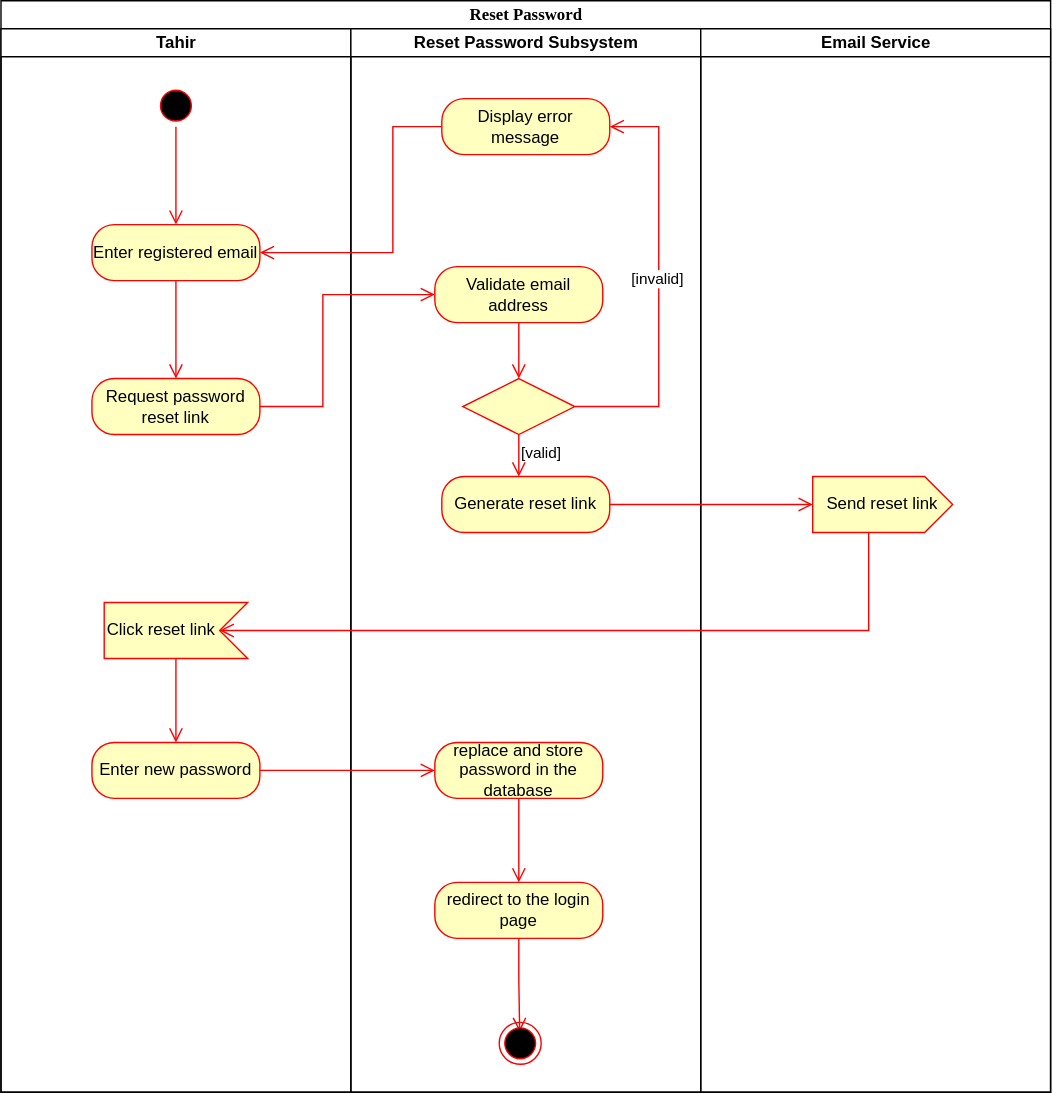
Simamkele88/IFM3_GP keeps this draw.io diagram as Reset password Activity Diagram.svg. Above is the earlier version. Source tidied: cells renumbered, new cells last; positions are measured from the earlier drawing's top-left corner, leaving out a move shared by most shapes.
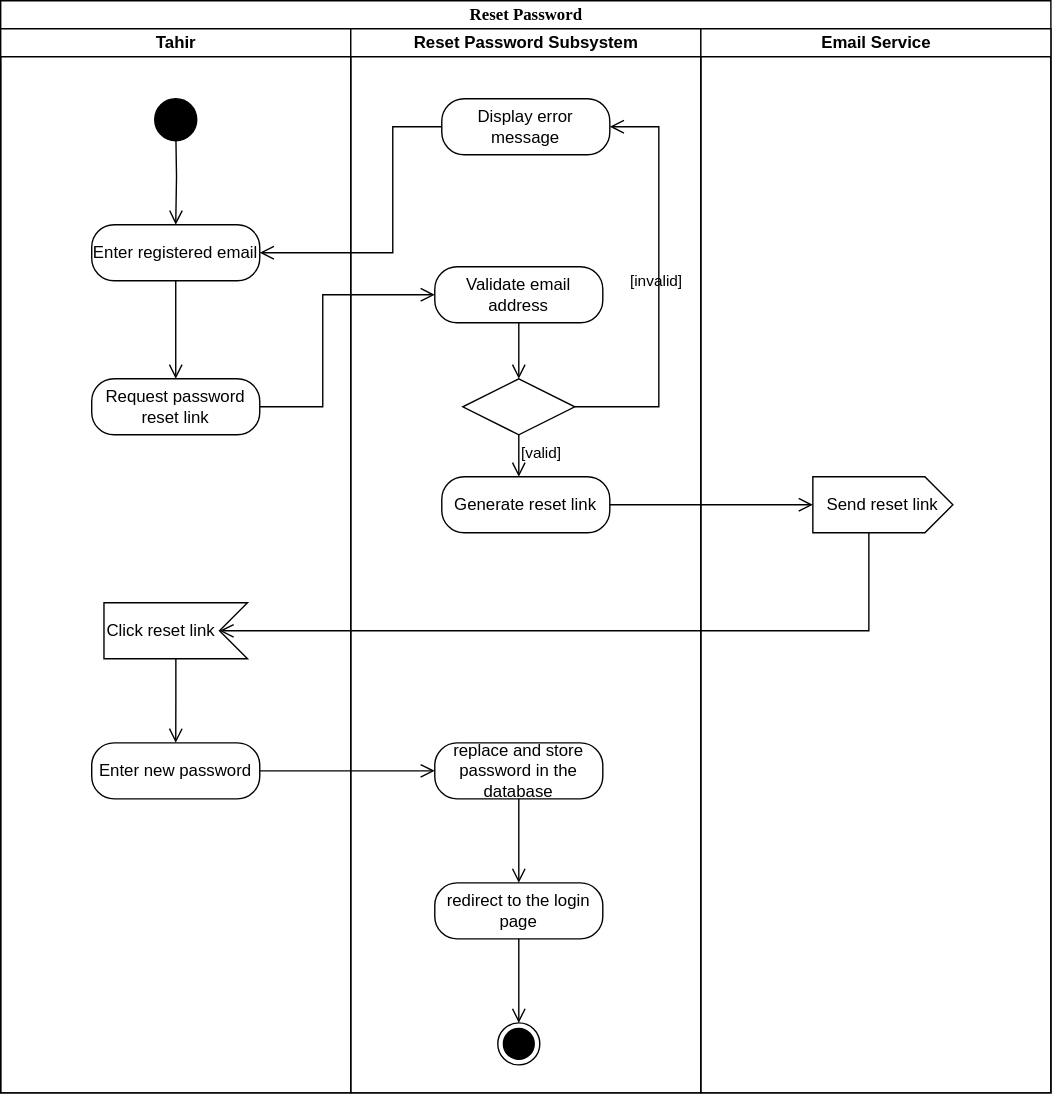
The same diagram one commit later.

The edit, as a diff of the source:
```diff
@@ -5,72 +5,71 @@
     <mxCell id="2" value="Reset Password" style="swimlane;html=1;startSize=20;rounded=0;shadow=0;comic=0;labelBackgroundColor=none;strokeWidth=1;fontFamily=Verdana;fontSize=12;align=center;" parent="1" vertex="1">
       <mxGeometry width="750" height="780" as="geometry" />
     </mxCell>
-    <mxCell id="3" value="Tahir" style="swimlane;html=1;startSize=20;" parent="2" vertex="1">
+    <mxCell id="3" value="Tahir" style="swimlane;html=1;startSize=20;labelBackgroundColor=none;" parent="2" vertex="1">
       <mxGeometry y="20" width="250" height="760" as="geometry" />
     </mxCell>
-    <mxCell id="4" style="ellipse;html=1;shape=startState;fillColor=#000000;strokeColor=#ff0000;" parent="3" vertex="1">
-      <mxGeometry x="110" y="40" width="30" height="30" as="geometry" />
-    </mxCell>
-    <mxCell id="5" style="edgeStyle=orthogonalEdgeStyle;html=1;verticalAlign=bottom;endArrow=open;endSize=8;strokeColor=#ff0000;rounded=0;entryX=0.5;entryY=0;entryDx=0;entryDy=0;" parent="3" edge="1" source="4" target="6">
-      <mxGeometry relative="1" as="geometry" />
+    <mxCell id="5" style="edgeStyle=orthogonalEdgeStyle;html=1;verticalAlign=bottom;endArrow=open;endSize=8;rounded=0;entryX=0.5;entryY=0;entryDx=0;entryDy=0;labelBackgroundColor=none;fontColor=default;" parent="3" edge="1" target="6">
+      <mxGeometry relative="1" as="geometry">
+        <mxPoint x="125" y="70" as="sourcePoint" />
+      </mxGeometry>
     </mxCell>
-    <mxCell id="6" value="Enter registered email" style="rounded=1;whiteSpace=wrap;html=1;arcSize=40;fontColor=#000000;fillColor=#ffffc0;strokeColor=#ff0000;" parent="3" vertex="1">
+    <mxCell id="6" value="Enter registered email" style="rounded=1;whiteSpace=wrap;html=1;arcSize=40;labelBackgroundColor=none;" parent="3" vertex="1">
       <mxGeometry x="65" y="140" width="120" height="40" as="geometry" />
     </mxCell>
-    <mxCell id="7" style="edgeStyle=orthogonalEdgeStyle;html=1;verticalAlign=bottom;endArrow=open;endSize=8;strokeColor=#ff0000;rounded=0;" parent="3" edge="1" source="6" target="8">
+    <mxCell id="7" style="edgeStyle=orthogonalEdgeStyle;html=1;verticalAlign=bottom;endArrow=open;endSize=8;rounded=0;labelBackgroundColor=none;fontColor=default;" parent="3" edge="1" source="6" target="8">
       <mxGeometry relative="1" as="geometry" />
     </mxCell>
-    <mxCell id="8" value="Request password reset link" style="rounded=1;whiteSpace=wrap;html=1;arcSize=40;fontColor=#000000;fillColor=#ffffc0;strokeColor=#ff0000;" parent="3" vertex="1">
+    <mxCell id="8" value="Request password reset link" style="rounded=1;whiteSpace=wrap;html=1;arcSize=40;labelBackgroundColor=none;" parent="3" vertex="1">
       <mxGeometry x="65" y="250" width="120" height="40" as="geometry" />
     </mxCell>
-    <mxCell id="9" style="edgeStyle=orthogonalEdgeStyle;html=1;verticalAlign=bottom;endArrow=open;endSize=8;strokeColor=#ff0000;rounded=0;" parent="3" edge="1" source="11" target="10">
+    <mxCell id="9" style="edgeStyle=orthogonalEdgeStyle;html=1;verticalAlign=bottom;endArrow=open;endSize=8;rounded=0;labelBackgroundColor=none;fontColor=default;" parent="3" edge="1" source="11" target="10">
       <mxGeometry relative="1" as="geometry" />
     </mxCell>
-    <mxCell id="10" value="Enter new password" style="rounded=1;whiteSpace=wrap;html=1;arcSize=40;fontColor=#000000;fillColor=#ffffc0;strokeColor=#ff0000;" parent="3" vertex="1">
+    <mxCell id="10" value="Enter new password" style="rounded=1;whiteSpace=wrap;html=1;arcSize=40;labelBackgroundColor=none;" parent="3" vertex="1">
       <mxGeometry x="65" y="510" width="120" height="40" as="geometry" />
     </mxCell>
-    <mxCell id="11" value="Click reset link" style="html=1;shape=mxgraph.infographic.ribbonSimple;notch1=20;notch2=0;align=left;verticalAlign=middle;fontSize=12;fontStyle=0;flipH=1;fillColor=#ffffc0;whiteSpace=wrap;rounded=1;strokeColor=#ff0000;arcSize=40;fontFamily=Helvetica;fontColor=#000000;" parent="3" vertex="1">
+    <mxCell id="11" value="Click reset link" style="html=1;shape=mxgraph.infographic.ribbonSimple;notch1=20;notch2=0;align=left;verticalAlign=middle;fontSize=12;fontStyle=0;flipH=1;whiteSpace=wrap;rounded=1;arcSize=40;fontFamily=Helvetica;labelBackgroundColor=none;" parent="3" vertex="1">
       <mxGeometry x="73.8" y="410" width="102.5" height="40" as="geometry" />
     </mxCell>
+    <mxCell id="33" style="ellipse;fillColor=strokeColor;html=1;" parent="3" vertex="1">
+      <mxGeometry x="110" y="50" width="30" height="30" as="geometry" />
+    </mxCell>
-    <mxCell id="12" value="Reset Password Subsystem" style="swimlane;html=1;startSize=20;" parent="2" vertex="1">
+    <mxCell id="12" value="Reset Password Subsystem" style="swimlane;html=1;startSize=20;labelBackgroundColor=none;" parent="2" vertex="1">
       <mxGeometry x="250" y="20" width="250" height="760" as="geometry" />
     </mxCell>
-    <mxCell id="13" value="Generate reset link" style="rounded=1;whiteSpace=wrap;html=1;arcSize=40;fontColor=#000000;fillColor=#ffffc0;strokeColor=#ff0000;" parent="12" vertex="1">
+    <mxCell id="13" value="Generate reset link" style="rounded=1;whiteSpace=wrap;html=1;arcSize=40;labelBackgroundColor=none;" parent="12" vertex="1">
       <mxGeometry x="65" y="320" width="120" height="40" as="geometry" />
     </mxCell>
-    <mxCell id="14" value="replace and store password in the database" style="rounded=1;whiteSpace=wrap;html=1;arcSize=40;fontColor=#000000;fillColor=#ffffc0;strokeColor=#ff0000;" parent="12" vertex="1">
+    <mxCell id="14" value="replace and store password in the database" style="rounded=1;whiteSpace=wrap;html=1;arcSize=40;labelBackgroundColor=none;" parent="12" vertex="1">
       <mxGeometry x="60" y="510" width="120" height="40" as="geometry" />
     </mxCell>
-    <mxCell id="15" style="edgeStyle=orthogonalEdgeStyle;html=1;verticalAlign=bottom;endArrow=open;endSize=8;strokeColor=#ff0000;rounded=0;entryX=0.5;entryY=0;entryDx=0;entryDy=0;" parent="12" edge="1" source="14" target="16">
+    <mxCell id="15" style="edgeStyle=orthogonalEdgeStyle;html=1;verticalAlign=bottom;endArrow=open;endSize=8;rounded=0;entryX=0.5;entryY=0;entryDx=0;entryDy=0;labelBackgroundColor=none;fontColor=default;" parent="12" edge="1" source="14" target="16">
       <mxGeometry relative="1" as="geometry" />
     </mxCell>
-    <mxCell id="16" value="redirect to the login page" style="rounded=1;whiteSpace=wrap;html=1;arcSize=40;fontColor=#000000;fillColor=#ffffc0;strokeColor=#ff0000;" parent="12" vertex="1">
+    <mxCell id="16" value="redirect to the login page" style="rounded=1;whiteSpace=wrap;html=1;arcSize=40;labelBackgroundColor=none;" parent="12" vertex="1">
       <mxGeometry x="60" y="610" width="120" height="40" as="geometry" />
     </mxCell>
-    <mxCell id="17" style="edgeStyle=orthogonalEdgeStyle;html=1;verticalAlign=bottom;endArrow=open;endSize=8;strokeColor=#ff0000;rounded=0;entryX=0.488;entryY=0.23;entryDx=0;entryDy=0;entryPerimeter=0;" parent="12" edge="1" source="16" target="18">
+    <mxCell id="17" style="edgeStyle=orthogonalEdgeStyle;html=1;verticalAlign=bottom;endArrow=open;endSize=8;rounded=0;entryX=0.5;entryY=0;entryDx=0;entryDy=0;labelBackgroundColor=none;fontColor=default;" parent="12" edge="1" source="16" target="34">
       <mxGeometry relative="1" as="geometry" />
     </mxCell>
-    <mxCell id="18" style="ellipse;html=1;shape=endState;fillColor=#000000;strokeColor=#ff0000;" parent="12" vertex="1">
-      <mxGeometry x="106" y="710" width="30" height="30" as="geometry" />
-    </mxCell>
-    <mxCell id="19" style="rhombus;whiteSpace=wrap;html=1;fontColor=#000000;fillColor=#ffffc0;strokeColor=#ff0000;" parent="12" vertex="1">
+    <mxCell id="19" style="rhombus;whiteSpace=wrap;html=1;labelBackgroundColor=none;" parent="12" vertex="1">
       <mxGeometry x="80" y="250" width="80" height="40" as="geometry" />
     </mxCell>
-    <mxCell id="20" value="[valid]" style="edgeStyle=orthogonalEdgeStyle;html=1;align=left;verticalAlign=top;endArrow=open;endSize=8;strokeColor=#ff0000;rounded=0;" parent="12" edge="1" source="19">
+    <mxCell id="20" value="[valid]" style="edgeStyle=orthogonalEdgeStyle;html=1;align=left;verticalAlign=top;endArrow=open;endSize=8;rounded=0;labelBackgroundColor=none;fontColor=default;" parent="12" edge="1" source="19">
       <mxGeometry x="-1" relative="1" as="geometry">
         <mxPoint x="120" y="320" as="targetPoint" />
       </mxGeometry>
     </mxCell>
-    <mxCell id="21" value="Validate email address" style="rounded=1;whiteSpace=wrap;html=1;arcSize=40;fontColor=#000000;fillColor=#ffffc0;strokeColor=#ff0000;" parent="12" vertex="1">
+    <mxCell id="21" value="Validate email address" style="rounded=1;whiteSpace=wrap;html=1;arcSize=40;labelBackgroundColor=none;" parent="12" vertex="1">
       <mxGeometry x="60" y="170" width="120" height="40" as="geometry" />
     </mxCell>
-    <mxCell id="22" style="edgeStyle=orthogonalEdgeStyle;html=1;verticalAlign=bottom;endArrow=open;endSize=8;strokeColor=#ff0000;rounded=0;entryX=0.5;entryY=0;entryDx=0;entryDy=0;" parent="12" edge="1" source="21" target="19">
+    <mxCell id="22" style="edgeStyle=orthogonalEdgeStyle;html=1;verticalAlign=bottom;endArrow=open;endSize=8;rounded=0;entryX=0.5;entryY=0;entryDx=0;entryDy=0;labelBackgroundColor=none;fontColor=default;" parent="12" edge="1" source="21" target="19">
       <mxGeometry relative="1" as="geometry" />
     </mxCell>
-    <mxCell id="23" value="Display error message" style="rounded=1;whiteSpace=wrap;html=1;arcSize=40;fontColor=#000000;fillColor=#ffffc0;strokeColor=#ff0000;" parent="12" vertex="1">
+    <mxCell id="23" value="Display error message" style="rounded=1;whiteSpace=wrap;html=1;arcSize=40;labelBackgroundColor=none;" parent="12" vertex="1">
       <mxGeometry x="65" y="50" width="120" height="40" as="geometry" />
     </mxCell>
-    <mxCell id="24" style="edgeStyle=orthogonalEdgeStyle;html=1;align=left;verticalAlign=bottom;endArrow=open;endSize=8;strokeColor=#ff0000;rounded=0;exitX=1;exitY=0.5;exitDx=0;exitDy=0;entryX=1;entryY=0.5;entryDx=0;entryDy=0;" parent="12" edge="1" source="19" target="23">
+    <mxCell id="24" style="edgeStyle=orthogonalEdgeStyle;html=1;align=left;verticalAlign=bottom;endArrow=open;endSize=8;rounded=0;exitX=1;exitY=0.5;exitDx=0;exitDy=0;entryX=1;entryY=0.5;entryDx=0;entryDy=0;labelBackgroundColor=none;fontColor=default;" parent="12" edge="1" source="19" target="23">
       <mxGeometry x="-1" relative="1" as="geometry">
         <Array as="points">
           <mxPoint x="220" y="270" />
@@ -78,16 +77,19 @@
         </Array>
       </mxGeometry>
     </mxCell>
-    <mxCell id="25" value="[invalid]" style="edgeLabel;html=1;align=center;verticalAlign=middle;" parent="24" vertex="1">
+    <mxCell id="25" value="[invalid]" style="edgeLabel;html=1;align=center;verticalAlign=middle;labelBackgroundColor=none;" parent="24" vertex="1">
       <mxGeometry x="0.03" y="2" relative="1" as="geometry" />
     </mxCell>
+    <mxCell id="34" style="ellipse;html=1;shape=endState;fillColor=strokeColor;" parent="12" vertex="1">
+      <mxGeometry x="105" y="710" width="30" height="30" as="geometry" />
+    </mxCell>
-    <mxCell id="26" value="Email Service" style="swimlane;html=1;startSize=20;" parent="2" vertex="1">
+    <mxCell id="26" value="Email Service" style="swimlane;html=1;startSize=20;labelBackgroundColor=none;" parent="2" vertex="1">
       <mxGeometry x="500" y="20" width="250" height="760" as="geometry" />
     </mxCell>
-    <mxCell id="27" value="Send reset link" style="html=1;shape=mxgraph.infographic.ribbonSimple;notch1=0;notch2=20;align=center;verticalAlign=middle;fontSize=12;fontStyle=0;fillColor=#ffffc0;whiteSpace=wrap;rounded=1;strokeColor=#ff0000;arcSize=40;fontFamily=Helvetica;fontColor=#000000;" parent="26" vertex="1">
+    <mxCell id="27" value="Send reset link" style="html=1;shape=mxgraph.infographic.ribbonSimple;notch1=0;notch2=20;align=center;verticalAlign=middle;fontSize=12;fontStyle=0;whiteSpace=wrap;rounded=1;arcSize=40;fontFamily=Helvetica;labelBackgroundColor=none;" parent="26" vertex="1">
       <mxGeometry x="80" y="320" width="100" height="40" as="geometry" />
     </mxCell>
-    <mxCell id="28" style="edgeStyle=orthogonalEdgeStyle;html=1;verticalAlign=bottom;endArrow=open;endSize=8;strokeColor=#ff0000;rounded=0;entryX=0;entryY=0.5;entryDx=0;entryDy=0;" parent="2" edge="1" source="8" target="21">
+    <mxCell id="28" style="edgeStyle=orthogonalEdgeStyle;html=1;verticalAlign=bottom;endArrow=open;endSize=8;rounded=0;entryX=0;entryY=0.5;entryDx=0;entryDy=0;labelBackgroundColor=none;fontColor=default;" parent="2" edge="1" source="8" target="21">
       <mxGeometry relative="1" as="geometry">
         <Array as="points">
           <mxPoint x="230" y="290" />
@@ -95,20 +97,20 @@
         </Array>
       </mxGeometry>
     </mxCell>
-    <mxCell id="29" style="edgeStyle=orthogonalEdgeStyle;html=1;verticalAlign=bottom;endArrow=open;endSize=8;strokeColor=#ff0000;rounded=0;entryX=0;entryY=0;entryDx=0;entryDy=20;entryPerimeter=0;" parent="2" edge="1" source="13" target="27">
+    <mxCell id="29" style="edgeStyle=orthogonalEdgeStyle;html=1;verticalAlign=bottom;endArrow=open;endSize=8;rounded=0;entryX=0;entryY=0;entryDx=0;entryDy=20;entryPerimeter=0;labelBackgroundColor=none;fontColor=default;" parent="2" edge="1" source="13" target="27">
       <mxGeometry relative="1" as="geometry" />
     </mxCell>
-    <mxCell id="30" style="edgeStyle=orthogonalEdgeStyle;html=1;verticalAlign=bottom;endArrow=open;endSize=8;strokeColor=#ff0000;rounded=0;entryX=0;entryY=0;entryDx=20;entryDy=20;entryPerimeter=0;exitX=0;exitY=0;exitDx=40;exitDy=40;exitPerimeter=0;" parent="2" edge="1" source="27" target="11">
+    <mxCell id="30" style="edgeStyle=orthogonalEdgeStyle;html=1;verticalAlign=bottom;endArrow=open;endSize=8;rounded=0;entryX=0;entryY=0;entryDx=20;entryDy=20;entryPerimeter=0;exitX=0;exitY=0;exitDx=40;exitDy=40;exitPerimeter=0;labelBackgroundColor=none;fontColor=default;" parent="2" edge="1" source="27" target="11">
       <mxGeometry relative="1" as="geometry">
         <Array as="points">
           <mxPoint x="620" y="450" />
         </Array>
       </mxGeometry>
     </mxCell>
-    <mxCell id="31" style="edgeStyle=orthogonalEdgeStyle;html=1;verticalAlign=bottom;endArrow=open;endSize=8;strokeColor=#ff0000;rounded=0;exitX=1;exitY=0.5;exitDx=0;exitDy=0;entryX=0;entryY=0.5;entryDx=0;entryDy=0;" parent="2" edge="1" source="10" target="14">
+    <mxCell id="31" style="edgeStyle=orthogonalEdgeStyle;html=1;verticalAlign=bottom;endArrow=open;endSize=8;rounded=0;exitX=1;exitY=0.5;exitDx=0;exitDy=0;entryX=0;entryY=0.5;entryDx=0;entryDy=0;labelBackgroundColor=none;fontColor=default;" parent="2" edge="1" source="10" target="14">
       <mxGeometry relative="1" as="geometry" />
     </mxCell>
-    <mxCell id="32" style="edgeStyle=orthogonalEdgeStyle;html=1;verticalAlign=bottom;endArrow=open;endSize=8;strokeColor=#ff0000;rounded=0;exitX=0;exitY=0.5;exitDx=0;exitDy=0;entryX=1;entryY=0.5;entryDx=0;entryDy=0;" parent="2" edge="1" source="23" target="6">
+    <mxCell id="32" style="edgeStyle=orthogonalEdgeStyle;html=1;verticalAlign=bottom;endArrow=open;endSize=8;rounded=0;exitX=0;exitY=0.5;exitDx=0;exitDy=0;entryX=1;entryY=0.5;entryDx=0;entryDy=0;labelBackgroundColor=none;fontColor=default;" parent="2" edge="1" source="23" target="6">
       <mxGeometry relative="1" as="geometry">
         <Array as="points">
           <mxPoint x="280" y="90" />
```
